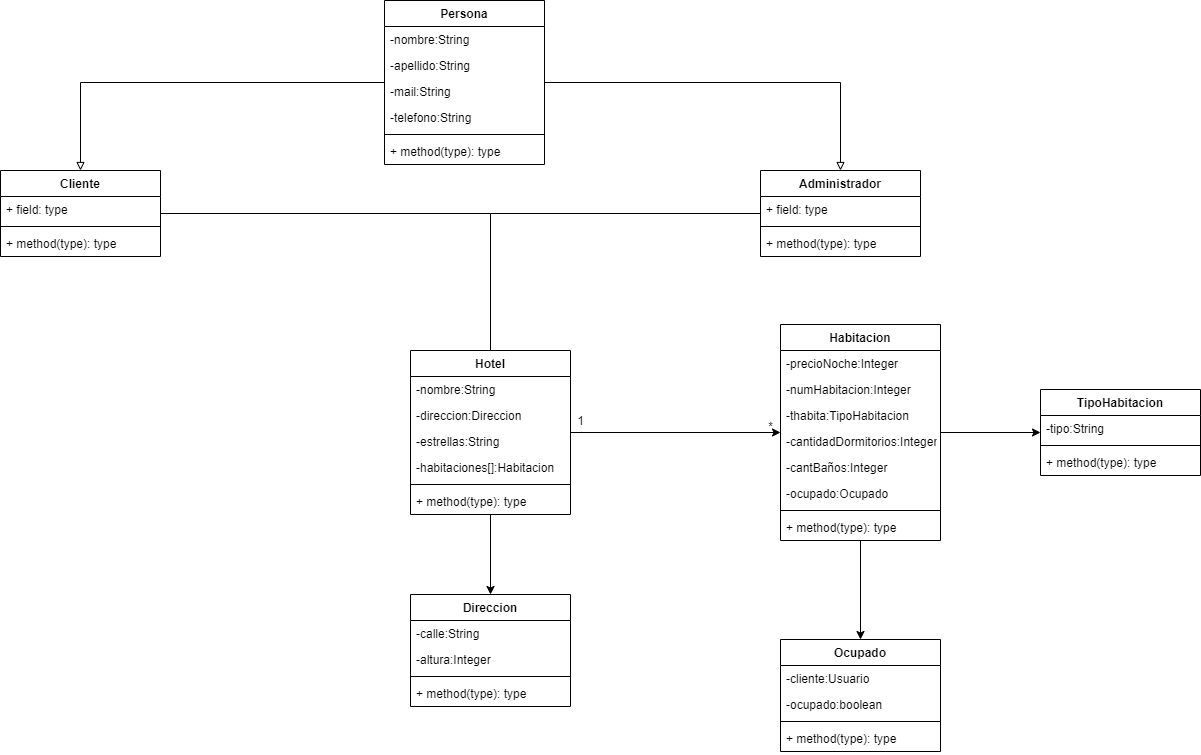
Earlier version of the draw.io export docs/DiagramaDeClases.png (DiogenesPuig/g5_ITSV). Source tidied: cells renumbered, new cells last; positions are measured from the earlier drawing's top-left corner, leaving out a move shared by most shapes.
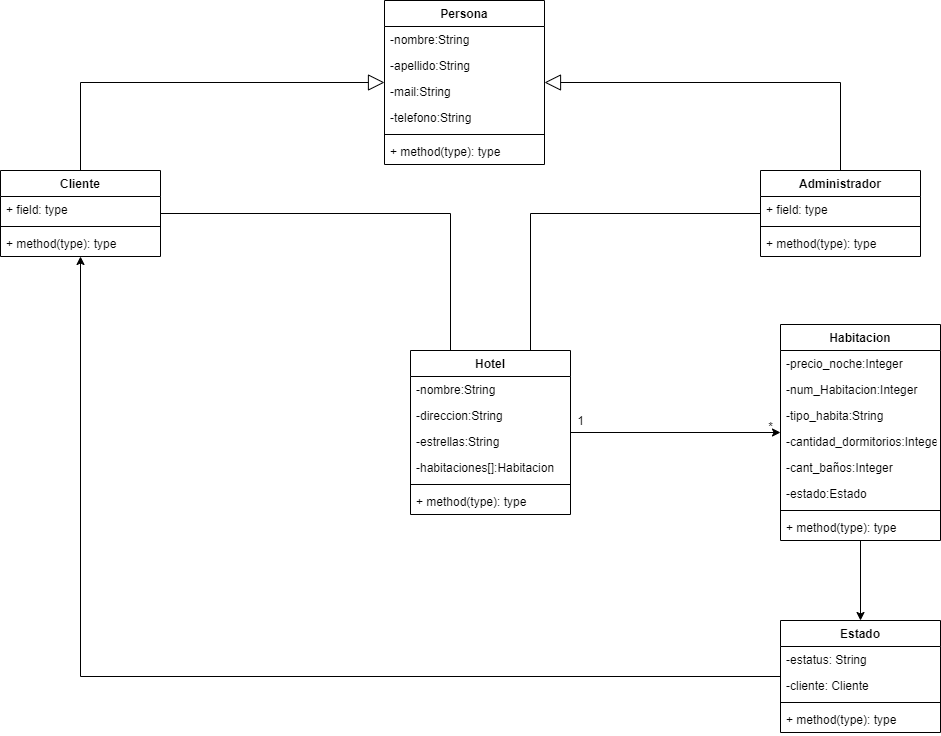
After the commit.

Diff of the diagram source:
```diff
@@ -5,16 +5,13 @@
     <mxCell id="2" style="edgeStyle=orthogonalEdgeStyle;rounded=0;jettySize=auto;html=1;" parent="1" edge="1" source="4" target="44">
       <mxGeometry relative="1" as="geometry" />
     </mxCell>
-    <mxCell id="3" style="edgeStyle=orthogonalEdgeStyle;rounded=0;jettySize=auto;html=1;" parent="1" edge="1" source="4" target="12">
-      <mxGeometry relative="1" as="geometry" />
-    </mxCell>
     <mxCell id="4" value="Hotel" style="swimlane;fontStyle=1;align=center;verticalAlign=top;horizontal=1;startSize=26;" parent="1" vertex="1">
       <mxGeometry x="410" y="350" width="160" height="164" as="geometry" />
     </mxCell>
     <mxCell id="5" value="-nombre:String" style="text;strokeColor=none;fillColor=none;align=left;verticalAlign=top;spacingLeft=4;spacingRight=4;overflow=hidden;" parent="4" vertex="1">
       <mxGeometry y="26" width="160" height="26" as="geometry" />
     </mxCell>
-    <mxCell id="6" value="-direccion:Direccion" style="text;strokeColor=none;fillColor=none;align=left;verticalAlign=top;spacingLeft=4;spacingRight=4;overflow=hidden;" parent="4" vertex="1">
+    <mxCell id="6" value="-direccion:String" style="text;strokeColor=none;fillColor=none;align=left;verticalAlign=top;spacingLeft=4;spacingRight=4;overflow=hidden;" parent="4" vertex="1">
       <mxGeometry y="52" width="160" height="26" as="geometry" />
     </mxCell>
     <mxCell id="7" value="-estrellas:String" style="text;strokeColor=none;fillColor=none;align=left;verticalAlign=top;spacingLeft=4;spacingRight=4;overflow=hidden;" parent="4" vertex="1">
@@ -29,28 +26,10 @@
     <mxCell id="10" value="+ method(type): type" style="text;strokeColor=none;fillColor=none;align=left;verticalAlign=top;spacingLeft=4;spacingRight=4;overflow=hidden;" parent="4" vertex="1">
       <mxGeometry y="138" width="160" height="26" as="geometry" />
     </mxCell>
-    <mxCell id="11" style="edgeStyle=orthogonalEdgeStyle;rounded=0;jettySize=auto;html=1;" parent="1" edge="1" source="44" target="53">
-      <mxGeometry relative="1" as="geometry" />
-    </mxCell>
-    <mxCell id="12" value="Direccion" style="swimlane;fontStyle=1;align=center;verticalAlign=top;horizontal=1;startSize=26;" parent="1" vertex="1">
-      <mxGeometry x="410" y="594" width="160" height="112" as="geometry" />
-    </mxCell>
-    <mxCell id="13" value="-calle:String" style="text;strokeColor=none;fillColor=none;align=left;verticalAlign=top;spacingLeft=4;spacingRight=4;overflow=hidden;" parent="12" vertex="1">
-      <mxGeometry y="26" width="160" height="26" as="geometry" />
-    </mxCell>
-    <mxCell id="14" value="-altura:Integer" style="text;strokeColor=none;fillColor=none;align=left;verticalAlign=top;spacingLeft=4;spacingRight=4;overflow=hidden;" parent="12" vertex="1">
-      <mxGeometry y="52" width="160" height="26" as="geometry" />
-    </mxCell>
-    <mxCell id="15" style="line;strokeWidth=1;fillColor=none;align=left;verticalAlign=middle;spacingTop=-1;spacingLeft=3;spacingRight=3;labelPosition=right;" parent="12" vertex="1">
-      <mxGeometry y="78" width="160" height="8" as="geometry" />
-    </mxCell>
-    <mxCell id="16" value="+ method(type): type" style="text;strokeColor=none;fillColor=none;align=left;verticalAlign=top;spacingLeft=4;spacingRight=4;overflow=hidden;" parent="12" vertex="1">
-      <mxGeometry y="86" width="160" height="26" as="geometry" />
-    </mxCell>
-    <mxCell id="17" style="edgeStyle=orthogonalEdgeStyle;rounded=0;jettySize=auto;html=1;endArrow=block;endFill=0;" parent="1" edge="1" source="19" target="32">
+    <mxCell id="17" style="edgeStyle=orthogonalEdgeStyle;rounded=0;jettySize=auto;html=1;endArrow=none;endFill=0;startArrow=block;startFill=0;startSize=14;" parent="1" edge="1" source="19" target="32">
       <mxGeometry relative="1" as="geometry" />
     </mxCell>
-    <mxCell id="18" style="edgeStyle=orthogonalEdgeStyle;rounded=0;jettySize=auto;html=1;endArrow=block;endFill=0;" parent="1" edge="1" source="19" target="28">
+    <mxCell id="18" style="edgeStyle=orthogonalEdgeStyle;rounded=0;jettySize=auto;html=1;endArrow=none;endFill=0;startArrow=block;startFill=0;endSize=6;startSize=14;" parent="1" edge="1" source="19" target="28">
       <mxGeometry relative="1" as="geometry" />
     </mxCell>
     <mxCell id="19" value="Persona" style="swimlane;fontStyle=1;align=center;verticalAlign=top;horizontal=1;startSize=26;" parent="1" vertex="1">
@@ -75,10 +54,19 @@
       <mxGeometry y="138" width="160" height="26" as="geometry" />
     </mxCell>
     <mxCell id="26" style="edgeStyle=orthogonalEdgeStyle;rounded=0;jettySize=auto;html=1;endArrow=none;endFill=0;" parent="1" edge="1" source="28" target="4">
-      <mxGeometry relative="1" as="geometry" />
+      <mxGeometry relative="1" as="geometry">
+        <Array as="points">
+          <mxPoint x="450" y="213" />
+        </Array>
+      </mxGeometry>
     </mxCell>
     <mxCell id="27" style="edgeStyle=orthogonalEdgeStyle;rounded=0;jettySize=auto;html=1;entryX=0.5;entryY=0;entryDx=0;entryDy=0;endArrow=none;endFill=0;" parent="1" edge="1" source="32" target="4">
-      <mxGeometry relative="1" as="geometry" />
+      <mxGeometry relative="1" as="geometry">
+        <Array as="points">
+          <mxPoint x="530" y="213" />
+          <mxPoint x="530" y="350" />
+        </Array>
+      </mxGeometry>
     </mxCell>
     <mxCell id="28" value="Cliente" style="swimlane;fontStyle=1;align=center;verticalAlign=top;horizontal=1;startSize=26;" parent="1" vertex="1">
       <mxGeometry y="170" width="160" height="86" as="geometry" />
@@ -104,49 +92,34 @@
     <mxCell id="35" value="+ method(type): type" style="text;strokeColor=none;fillColor=none;align=left;verticalAlign=top;spacingLeft=4;spacingRight=4;overflow=hidden;" parent="32" vertex="1">
       <mxGeometry y="60" width="160" height="26" as="geometry" />
     </mxCell>
-    <mxCell id="36" style="edgeStyle=orthogonalEdgeStyle;rounded=0;jettySize=auto;html=1;endArrow=classic;endFill=1;" parent="1" edge="1" source="44" target="39">
-      <mxGeometry relative="1" as="geometry" />
-    </mxCell>
     <mxCell id="37" value="1" style="text;html=1;align=center;verticalAlign=middle;" parent="1" vertex="1">
       <mxGeometry x="570" y="410" width="20" height="20" as="geometry" />
     </mxCell>
     <mxCell id="38" value="*" style="text;html=1;align=center;verticalAlign=middle;" parent="1" vertex="1">
       <mxGeometry x="760" y="416" width="20" height="20" as="geometry" />
     </mxCell>
-    <mxCell id="39" value="Ocupado" style="swimlane;fontStyle=1;align=center;verticalAlign=top;horizontal=1;startSize=26;" parent="1" vertex="1">
-      <mxGeometry x="780" y="639" width="160" height="112" as="geometry" />
-    </mxCell>
-    <mxCell id="40" value="-cliente:Usuario" style="text;strokeColor=none;fillColor=none;align=left;verticalAlign=top;spacingLeft=4;spacingRight=4;overflow=hidden;" parent="39" vertex="1">
-      <mxGeometry y="26" width="160" height="26" as="geometry" />
-    </mxCell>
-    <mxCell id="41" value="-ocupado:boolean" style="text;strokeColor=none;fillColor=none;align=left;verticalAlign=top;spacingLeft=4;spacingRight=4;overflow=hidden;" parent="39" vertex="1">
-      <mxGeometry y="52" width="160" height="26" as="geometry" />
-    </mxCell>
-    <mxCell id="42" style="line;strokeWidth=1;fillColor=none;align=left;verticalAlign=middle;spacingTop=-1;spacingLeft=3;spacingRight=3;labelPosition=right;" parent="39" vertex="1">
-      <mxGeometry y="78" width="160" height="8" as="geometry" />
-    </mxCell>
-    <mxCell id="43" value="+ method(type): type" style="text;strokeColor=none;fillColor=none;align=left;verticalAlign=top;spacingLeft=4;spacingRight=4;overflow=hidden;" parent="39" vertex="1">
-      <mxGeometry y="86" width="160" height="26" as="geometry" />
-    </mxCell>
+    <mxCell id="57" style="edgeStyle=orthogonalEdgeStyle;rounded=0;jettySize=auto;html=1;" parent="1" edge="1" source="44" target="59">
+      <mxGeometry relative="1" as="geometry" />
+    </mxCell>
     <mxCell id="44" value="Habitacion" style="swimlane;fontStyle=1;align=center;verticalAlign=top;horizontal=1;startSize=26;" parent="1" vertex="1">
       <mxGeometry x="780" y="324" width="160" height="216" as="geometry" />
     </mxCell>
-    <mxCell id="45" value="-precioNoche:Integer" style="text;strokeColor=none;fillColor=none;align=left;verticalAlign=top;spacingLeft=4;spacingRight=4;overflow=hidden;" parent="44" vertex="1">
+    <mxCell id="45" value="-precio_noche:Integer" style="text;strokeColor=none;fillColor=none;align=left;verticalAlign=top;spacingLeft=4;spacingRight=4;overflow=hidden;" parent="44" vertex="1">
       <mxGeometry y="26" width="160" height="26" as="geometry" />
     </mxCell>
-    <mxCell id="46" value="-numHabitacion:Integer" style="text;strokeColor=none;fillColor=none;align=left;verticalAlign=top;spacingLeft=4;spacingRight=4;overflow=hidden;" parent="44" vertex="1">
+    <mxCell id="46" value="-num_Habitacion:Integer" style="text;strokeColor=none;fillColor=none;align=left;verticalAlign=top;spacingLeft=4;spacingRight=4;overflow=hidden;" parent="44" vertex="1">
       <mxGeometry y="52" width="160" height="26" as="geometry" />
     </mxCell>
-    <mxCell id="47" value="-thabita:TipoHabitacion" style="text;strokeColor=none;fillColor=none;align=left;verticalAlign=top;spacingLeft=4;spacingRight=4;overflow=hidden;" parent="44" vertex="1">
+    <mxCell id="47" value="-tipo_habita:String" style="text;strokeColor=none;fillColor=none;align=left;verticalAlign=top;spacingLeft=4;spacingRight=4;overflow=hidden;" parent="44" vertex="1">
       <mxGeometry y="78" width="160" height="26" as="geometry" />
     </mxCell>
-    <mxCell id="48" value="-cantidadDormitorios:Integer" style="text;strokeColor=none;fillColor=none;align=left;verticalAlign=top;spacingLeft=4;spacingRight=4;overflow=hidden;" parent="44" vertex="1">
+    <mxCell id="48" value="-cantidad_dormitorios:Integer" style="text;strokeColor=none;fillColor=none;align=left;verticalAlign=top;spacingLeft=4;spacingRight=4;overflow=hidden;" parent="44" vertex="1">
       <mxGeometry y="104" width="160" height="26" as="geometry" />
     </mxCell>
-    <mxCell id="49" value="-cantBaños:Integer" style="text;strokeColor=none;fillColor=none;align=left;verticalAlign=top;spacingLeft=4;spacingRight=4;overflow=hidden;" parent="44" vertex="1">
+    <mxCell id="49" value="-cant_baños:Integer" style="text;strokeColor=none;fillColor=none;align=left;verticalAlign=top;spacingLeft=4;spacingRight=4;overflow=hidden;" parent="44" vertex="1">
       <mxGeometry y="130" width="160" height="26" as="geometry" />
     </mxCell>
-    <mxCell id="50" value="-ocupado:Ocupado" style="text;strokeColor=none;fillColor=none;align=left;verticalAlign=top;spacingLeft=4;spacingRight=4;overflow=hidden;" parent="44" vertex="1">
+    <mxCell id="50" value="-estado:Estado" style="text;strokeColor=none;fillColor=none;align=left;verticalAlign=top;spacingLeft=4;spacingRight=4;overflow=hidden;" parent="44" vertex="1">
       <mxGeometry y="156" width="160" height="26" as="geometry" />
     </mxCell>
     <mxCell id="51" style="line;strokeWidth=1;fillColor=none;align=left;verticalAlign=middle;spacingTop=-1;spacingLeft=3;spacingRight=3;labelPosition=right;" parent="44" vertex="1">
@@ -155,17 +128,23 @@
     <mxCell id="52" value="+ method(type): type" style="text;strokeColor=none;fillColor=none;align=left;verticalAlign=top;spacingLeft=4;spacingRight=4;overflow=hidden;" parent="44" vertex="1">
       <mxGeometry y="190" width="160" height="26" as="geometry" />
     </mxCell>
-    <mxCell id="53" value="TipoHabitacion" style="swimlane;fontStyle=1;align=center;verticalAlign=top;horizontal=1;startSize=26;" parent="1" vertex="1">
-      <mxGeometry x="1040" y="389" width="160" height="86" as="geometry" />
-    </mxCell>
-    <mxCell id="54" value="-tipo:String" style="text;strokeColor=none;fillColor=none;align=left;verticalAlign=top;spacingLeft=4;spacingRight=4;overflow=hidden;" parent="53" vertex="1">
-      <mxGeometry y="26" width="160" height="26" as="geometry" />
-    </mxCell>
-    <mxCell id="55" style="line;strokeWidth=1;fillColor=none;align=left;verticalAlign=middle;spacingTop=-1;spacingLeft=3;spacingRight=3;labelPosition=right;" parent="53" vertex="1">
-      <mxGeometry y="52" width="160" height="8" as="geometry" />
-    </mxCell>
-    <mxCell id="56" value="+ method(type): type" style="text;strokeColor=none;fillColor=none;align=left;verticalAlign=top;spacingLeft=4;spacingRight=4;overflow=hidden;" parent="53" vertex="1">
-      <mxGeometry y="60" width="160" height="26" as="geometry" />
-    </mxCell>
+    <mxCell id="58" style="edgeStyle=orthogonalEdgeStyle;rounded=0;jettySize=auto;html=1;" parent="1" edge="1" source="59" target="28">
+      <mxGeometry relative="1" as="geometry" />
+    </mxCell>
+    <mxCell id="59" value="Estado" style="swimlane;fontStyle=1;align=center;verticalAlign=top;horizontal=1;startSize=26;" parent="1" vertex="1">
+      <mxGeometry x="780" y="620" width="160" height="112" as="geometry" />
+    </mxCell>
+    <mxCell id="60" value="-estatus: String" style="text;strokeColor=none;fillColor=none;align=left;verticalAlign=top;spacingLeft=4;spacingRight=4;overflow=hidden;" parent="59" vertex="1">
+      <mxGeometry y="26" width="160" height="26" as="geometry" />
+    </mxCell>
+    <mxCell id="61" value="-cliente: Cliente" style="text;strokeColor=none;fillColor=none;align=left;verticalAlign=top;spacingLeft=4;spacingRight=4;overflow=hidden;" parent="59" vertex="1">
+      <mxGeometry y="52" width="160" height="26" as="geometry" />
+    </mxCell>
+    <mxCell id="62" style="line;strokeWidth=1;fillColor=none;align=left;verticalAlign=middle;spacingTop=-1;spacingLeft=3;spacingRight=3;labelPosition=right;" parent="59" vertex="1">
+      <mxGeometry y="78" width="160" height="8" as="geometry" />
+    </mxCell>
+    <mxCell id="63" value="+ method(type): type" style="text;strokeColor=none;fillColor=none;align=left;verticalAlign=top;spacingLeft=4;spacingRight=4;overflow=hidden;" parent="59" vertex="1">
+      <mxGeometry y="86" width="160" height="26" as="geometry" />
+    </mxCell>
   </root>
 </mxGraphModel>
```
